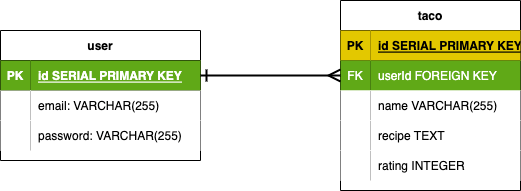
Above: ERD.drawio.png in nchez/political-breakdown (draw.io), before the change. Source tidied: cells renumbered, new cells last; positions are measured from the earlier drawing's top-left corner, leaving out a move shared by most shapes.
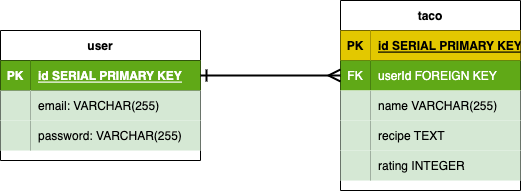
The same file after the commit.

Diff of the diagram source:
```diff
@@ -17,19 +17,19 @@
     <mxCell id="6" style="shape=tableRow;horizontal=0;startSize=0;swimlaneHead=0;swimlaneBody=0;fillColor=none;top=0;left=0;right=0;bottom=0;" parent="2" vertex="1">
       <mxGeometry y="60" width="200" height="30" as="geometry" />
     </mxCell>
-    <mxCell id="7" style="shape=partialRectangle;top=0;left=0;bottom=0;right=0;overflow=hidden;" parent="6" vertex="1">
+    <mxCell id="7" style="shape=partialRectangle;top=0;left=0;bottom=0;right=0;overflow=hidden;fillColor=#D5E8D4;" parent="6" vertex="1">
       <mxGeometry width="30" height="30" as="geometry" />
     </mxCell>
-    <mxCell id="8" value="email: VARCHAR(255)" style="shape=partialRectangle;top=0;left=0;bottom=0;right=0;align=left;spacingLeft=6;overflow=hidden;" parent="6" vertex="1">
+    <mxCell id="8" value="email: VARCHAR(255)" style="shape=partialRectangle;top=0;left=0;bottom=0;right=0;align=left;spacingLeft=6;overflow=hidden;fillColor=#D5E8D4;" parent="6" vertex="1">
       <mxGeometry x="30" width="170" height="30" as="geometry" />
     </mxCell>
     <mxCell id="9" style="shape=tableRow;horizontal=0;startSize=0;swimlaneHead=0;swimlaneBody=0;fillColor=none;top=0;left=0;right=0;bottom=0;" parent="2" vertex="1">
       <mxGeometry y="90" width="200" height="30" as="geometry" />
     </mxCell>
-    <mxCell id="10" style="shape=partialRectangle;top=0;left=0;bottom=0;right=0;overflow=hidden;" parent="9" vertex="1">
+    <mxCell id="10" style="shape=partialRectangle;top=0;left=0;bottom=0;right=0;overflow=hidden;fillColor=#D5E8D4;" parent="9" vertex="1">
       <mxGeometry width="30" height="30" as="geometry" />
     </mxCell>
-    <mxCell id="11" value="password: VARCHAR(255)" style="shape=partialRectangle;top=0;left=0;bottom=0;right=0;align=left;spacingLeft=6;overflow=hidden;" parent="9" vertex="1">
+    <mxCell id="11" value="password: VARCHAR(255)" style="shape=partialRectangle;top=0;left=0;bottom=0;right=0;align=left;spacingLeft=6;overflow=hidden;fillColor=#D5E8D4;" parent="9" vertex="1">
       <mxGeometry x="30" width="170" height="30" as="geometry" />
     </mxCell>
     <mxCell id="12" value="taco" style="shape=table;startSize=30;rowLines=0;fontStyle=1;align=center;" parent="1" vertex="1">
@@ -56,28 +56,28 @@
     <mxCell id="19" style="shape=tableRow;horizontal=0;startSize=0;swimlaneHead=0;swimlaneBody=0;fillColor=none;top=0;left=0;right=0;bottom=0;" parent="12" vertex="1">
       <mxGeometry y="90" width="180" height="30" as="geometry" />
     </mxCell>
-    <mxCell id="20" style="shape=partialRectangle;top=0;left=0;bottom=0;right=0;overflow=hidden;" parent="19" vertex="1">
+    <mxCell id="20" style="shape=partialRectangle;top=0;left=0;bottom=0;right=0;overflow=hidden;fillColor=#D5E8D4;" parent="19" vertex="1">
       <mxGeometry width="30" height="30" as="geometry" />
     </mxCell>
-    <mxCell id="21" value="name VARCHAR(255)" style="shape=partialRectangle;top=0;left=0;bottom=0;right=0;align=left;spacingLeft=6;overflow=hidden;" parent="19" vertex="1">
+    <mxCell id="21" value="name VARCHAR(255)" style="shape=partialRectangle;top=0;left=0;bottom=0;right=0;align=left;spacingLeft=6;overflow=hidden;fillColor=#D5E8D4;" parent="19" vertex="1">
       <mxGeometry x="30" width="150" height="30" as="geometry" />
     </mxCell>
     <mxCell id="22" style="shape=tableRow;horizontal=0;startSize=0;swimlaneHead=0;swimlaneBody=0;fillColor=none;top=0;left=0;right=0;bottom=0;" parent="12" vertex="1">
       <mxGeometry y="120" width="180" height="30" as="geometry" />
     </mxCell>
-    <mxCell id="23" style="shape=partialRectangle;top=0;left=0;bottom=0;right=0;overflow=hidden;" parent="22" vertex="1">
+    <mxCell id="23" style="shape=partialRectangle;top=0;left=0;bottom=0;right=0;overflow=hidden;fillColor=#D5E8D4;" parent="22" vertex="1">
       <mxGeometry width="30" height="30" as="geometry" />
     </mxCell>
-    <mxCell id="24" value="recipe TEXT" style="shape=partialRectangle;top=0;left=0;bottom=0;right=0;align=left;spacingLeft=6;overflow=hidden;" parent="22" vertex="1">
+    <mxCell id="24" value="recipe TEXT" style="shape=partialRectangle;top=0;left=0;bottom=0;right=0;align=left;spacingLeft=6;overflow=hidden;fillColor=#D5E8D4;" parent="22" vertex="1">
       <mxGeometry x="30" width="150" height="30" as="geometry" />
     </mxCell>
     <mxCell id="25" style="shape=tableRow;horizontal=0;startSize=0;swimlaneHead=0;swimlaneBody=0;fillColor=none;top=0;left=0;right=0;bottom=0;" parent="12" vertex="1">
       <mxGeometry y="150" width="180" height="30" as="geometry" />
     </mxCell>
-    <mxCell id="26" style="shape=partialRectangle;top=0;left=0;bottom=0;right=0;overflow=hidden;" parent="25" vertex="1">
+    <mxCell id="26" style="shape=partialRectangle;top=0;left=0;bottom=0;right=0;overflow=hidden;fillColor=#D5E8D4;" parent="25" vertex="1">
       <mxGeometry width="30" height="30" as="geometry" />
     </mxCell>
-    <mxCell id="27" value="rating INTEGER" style="shape=partialRectangle;top=0;left=0;bottom=0;right=0;align=left;spacingLeft=6;overflow=hidden;" parent="25" vertex="1">
+    <mxCell id="27" value="rating INTEGER" style="shape=partialRectangle;top=0;left=0;bottom=0;right=0;align=left;spacingLeft=6;overflow=hidden;fillColor=#D5E8D4;" parent="25" vertex="1">
       <mxGeometry x="30" width="150" height="30" as="geometry" />
     </mxCell>
     <mxCell id="28" style="edgeStyle=orthogonalEdgeStyle;rounded=0;jettySize=auto;html=1;entryX=0;entryY=0.5;entryDx=0;entryDy=0;endArrow=ERmany;endFill=0;startArrow=ERone;startFill=0;strokeWidth=2;endSize=9;startSize=9;targetPerimeterSpacing=0;" parent="1" edge="1" source="3" target="16">
```
